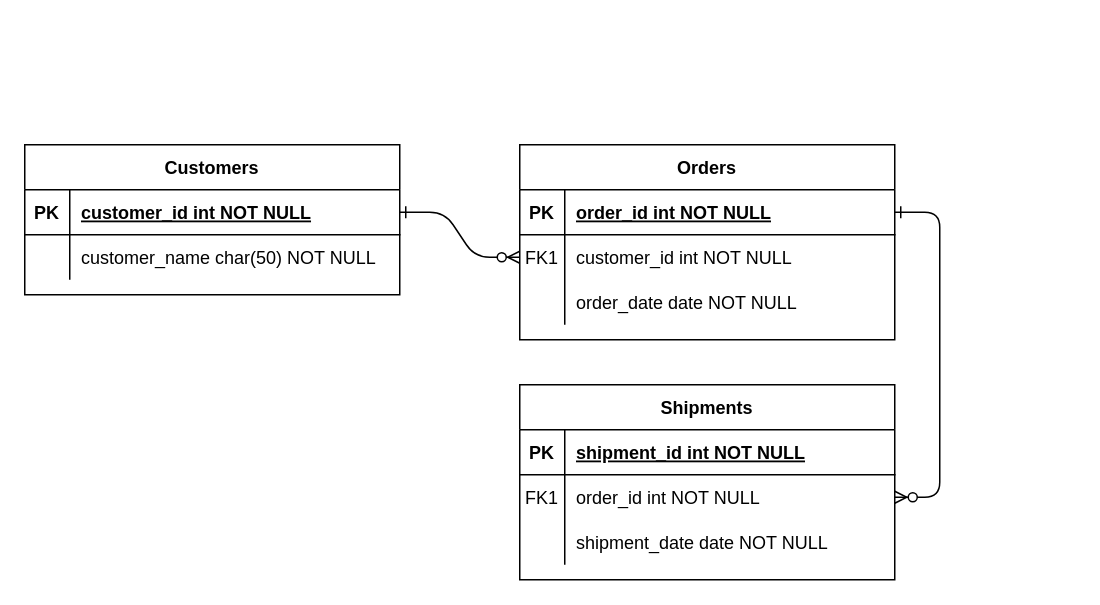
Before: Untitled Diagram.drawio in jhumer-apus/ERD, a draw.io diagram. Source tidied: cells renumbered, new cells numbered last; positions are measured from the earlier drawing's top-left corner, leaving out a move shared by most shapes. Both pictures are drawn from the tidied source at 150%, with x=0, y=0 at pixel (24, 144).
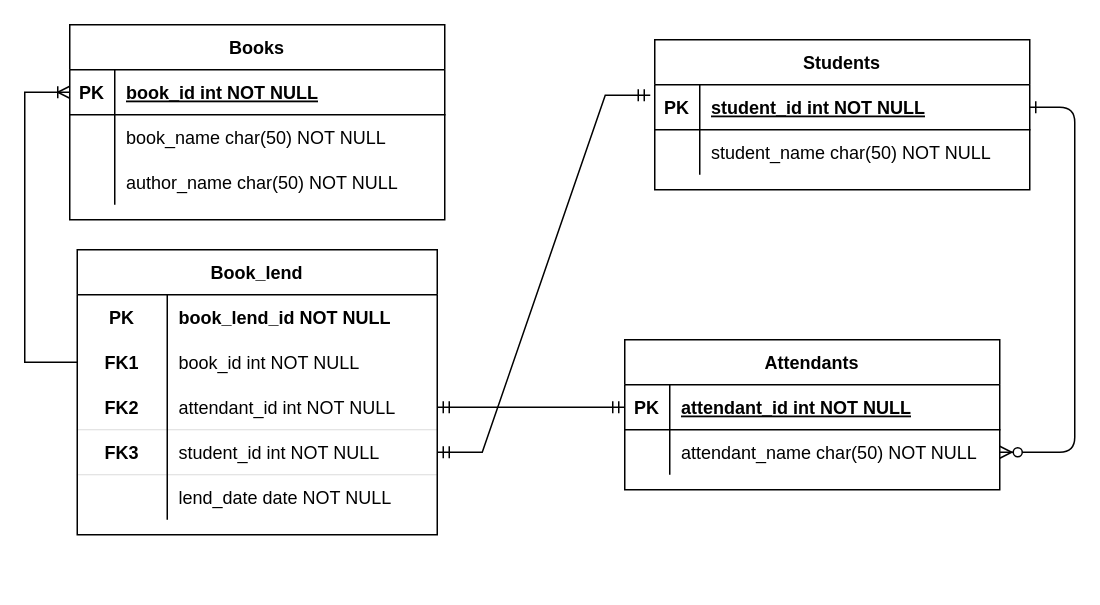
The same page after the edit.

Unchanged cells that the change refers to:
```xml
<mxCell id="5" style="shape=partialRectangle;fillColor=none;points=[[0,0.5],[1,0.5]];portConstraint=eastwest;top=0;left=0;right=0;bottom=1;" parent="4" vertex="1">
  <mxGeometry y="30" width="250" height="30" as="geometry" />
</mxCell>
<mxCell id="15" style="shape=partialRectangle;fillColor=none;points=[[0,0.5],[1,0.5]];portConstraint=eastwest;top=0;left=0;right=0;bottom=1;" parent="14" vertex="1">
  <mxGeometry y="30" width="250" height="30" as="geometry" />
</mxCell>
<mxCell id="18" style="shape=partialRectangle;fillColor=none;points=[[0,0.5],[1,0.5]];portConstraint=eastwest;top=0;left=0;right=0;bottom=0;" parent="14" vertex="1">
  <mxGeometry y="60" width="250" height="30" as="geometry" />
</mxCell>
<mxCell id="25" style="shape=partialRectangle;fillColor=none;points=[[0,0.5],[1,0.5]];portConstraint=eastwest;top=0;left=0;right=0;bottom=1;" parent="24" vertex="1">
  <mxGeometry y="30" width="250" height="30" as="geometry" />
</mxCell>
<mxCell id="28" style="shape=partialRectangle;fillColor=none;top=0;left=0;right=0;bottom=0;" parent="24" vertex="1">
  <mxGeometry y="60" width="250" height="30" as="geometry" />
</mxCell>
```

What changed in the source:
```diff
@@
-    <mxCell id="2" style="edgeStyle=entityRelationEdgeStyle;endArrow=ERzeroToMany;startArrow=ERone;endFill=1;startFill=0;" parent="1" edge="1" source="25" target="8">
-      <mxGeometry relative="1" as="geometry" />
-    </mxCell>
@@
-    <mxCell id="4" value="Orders" style="shape=table;startSize=30;childLayout=tableLayout;rowLines=0;fontStyle=1;align=center;" parent="1" vertex="1">
-      <mxGeometry x="330" width="250" height="130" as="geometry" />
+    <mxCell id="4" value="Students" style="shape=table;startSize=30;childLayout=tableLayout;rowLines=0;fontStyle=1;align=center;" parent="1" vertex="1">
+      <mxGeometry x="420" y="-70" width="250" height="100" as="geometry" />
     </mxCell>
@@
-    <mxCell id="7" value="order_id int NOT NULL " style="shape=partialRectangle;overflow=hidden;fillColor=none;top=0;left=0;bottom=0;right=0;align=left;spacingLeft=6;fontStyle=5;" parent="5" vertex="1">
+    <mxCell id="7" value="student_id int NOT NULL " style="shape=partialRectangle;overflow=hidden;fillColor=none;top=0;left=0;bottom=0;right=0;align=left;spacingLeft=6;fontStyle=5;" parent="5" vertex="1">
       <mxGeometry x="30" width="220" height="30" as="geometry" />
     </mxCell>
-    <mxCell id="8" style="shape=partialRectangle;fillColor=none;points=[[0,0.5],[1,0.5]];portConstraint=eastwest;top=0;left=0;right=0;bottom=0;" parent="4" vertex="1">
-      <mxGeometry y="60" width="250" height="30" as="geometry" />
-    </mxCell>
-    <mxCell id="9" value="FK1" style="shape=partialRectangle;overflow=hidden;fillColor=none;top=0;left=0;bottom=0;right=0;" parent="8" vertex="1">
-      <mxGeometry width="30" height="30" as="geometry" />
-    </mxCell>
-    <mxCell id="10" value="customer_id int NOT NULL" style="shape=partialRectangle;overflow=hidden;fillColor=none;top=0;left=0;bottom=0;right=0;align=left;spacingLeft=6;" parent="8" vertex="1">
-      <mxGeometry x="30" width="220" height="30" as="geometry" />
-    </mxCell>
     <mxCell id="11" style="shape=partialRectangle;fillColor=none;top=0;left=0;right=0;bottom=0;" parent="4" vertex="1">
-      <mxGeometry y="90" width="250" height="30" as="geometry" />
+      <mxGeometry y="60" width="250" height="30" as="geometry" />
     </mxCell>
@@
-    <mxCell id="13" value="order_date date NOT NULL" style="shape=partialRectangle;overflow=hidden;fillColor=none;top=0;left=0;bottom=0;right=0;align=left;spacingLeft=6;" parent="11" vertex="1">
+    <mxCell id="13" value="student_name char(50) NOT NULL" style="shape=partialRectangle;overflow=hidden;fillColor=none;top=0;left=0;bottom=0;right=0;align=left;spacingLeft=6;" parent="11" vertex="1">
       <mxGeometry x="30" width="220" height="30" as="geometry" />
     </mxCell>
-    <mxCell id="14" value="Shipments" style="shape=table;startSize=30;childLayout=tableLayout;rowLines=0;fontStyle=1;align=center;" parent="1" vertex="1">
-      <mxGeometry x="330" y="160" width="250" height="130" as="geometry" />
+    <mxCell id="14" value="Attendants" style="shape=table;startSize=30;childLayout=tableLayout;rowLines=0;fontStyle=1;align=center;" parent="1" vertex="1">
+      <mxGeometry x="400" y="130" width="250" height="100" as="geometry" />
     </mxCell>
@@
-    <mxCell id="17" value="shipment_id int NOT NULL " style="shape=partialRectangle;overflow=hidden;fillColor=none;top=0;left=0;bottom=0;right=0;align=left;spacingLeft=6;fontStyle=5;" parent="15" vertex="1">
+    <mxCell id="17" value="attendant_id int NOT NULL " style="shape=partialRectangle;overflow=hidden;fillColor=none;top=0;left=0;bottom=0;right=0;align=left;spacingLeft=6;fontStyle=5;" parent="15" vertex="1">
       <mxGeometry x="30" width="220" height="30" as="geometry" />
     </mxCell>
@@
-    <mxCell id="19" value="FK1" style="shape=partialRectangle;overflow=hidden;fillColor=none;top=0;left=0;bottom=0;right=0;" parent="18" vertex="1">
+    <mxCell id="19" style="shape=partialRectangle;overflow=hidden;fillColor=none;top=0;left=0;bottom=0;right=0;" parent="18" vertex="1">
       <mxGeometry width="30" height="30" as="geometry" />
     </mxCell>
-    <mxCell id="20" value="order_id int NOT NULL" style="shape=partialRectangle;overflow=hidden;fillColor=none;top=0;left=0;bottom=0;right=0;align=left;spacingLeft=6;" parent="18" vertex="1">
+    <mxCell id="20" value="attendant_name char(50) NOT NULL" style="shape=partialRectangle;overflow=hidden;fillColor=none;top=0;left=0;bottom=0;right=0;align=left;spacingLeft=6;" parent="18" vertex="1">
       <mxGeometry x="30" width="220" height="30" as="geometry" />
     </mxCell>
-    <mxCell id="21" style="shape=partialRectangle;fillColor=none;top=0;left=0;right=0;bottom=0;" parent="14" vertex="1">
-      <mxGeometry y="90" width="250" height="30" as="geometry" />
-    </mxCell>
-    <mxCell id="22" style="shape=partialRectangle;overflow=hidden;fillColor=none;top=0;left=0;bottom=0;right=0;" parent="21" vertex="1">
-      <mxGeometry width="30" height="30" as="geometry" />
-    </mxCell>
-    <mxCell id="23" value="shipment_date date NOT NULL" style="shape=partialRectangle;overflow=hidden;fillColor=none;top=0;left=0;bottom=0;right=0;align=left;spacingLeft=6;" parent="21" vertex="1">
-      <mxGeometry x="30" width="220" height="30" as="geometry" />
-    </mxCell>
-    <mxCell id="24" value="Customers" style="shape=table;startSize=30;childLayout=tableLayout;rowLines=0;fontStyle=1;align=center;" parent="1" vertex="1">
-      <mxGeometry width="250" height="100" as="geometry" />
+    <mxCell id="24" value="Books" style="shape=table;startSize=30;childLayout=tableLayout;rowLines=0;fontStyle=1;align=center;" parent="1" vertex="1">
+      <mxGeometry x="30" y="-80" width="250" height="130" as="geometry" />
     </mxCell>
@@
-    <mxCell id="27" value="customer_id int NOT NULL " style="shape=partialRectangle;overflow=hidden;fillColor=none;top=0;left=0;bottom=0;right=0;align=left;spacingLeft=6;fontStyle=5;" parent="25" vertex="1">
+    <mxCell id="27" value="book_id int NOT NULL " style="shape=partialRectangle;overflow=hidden;fillColor=none;top=0;left=0;bottom=0;right=0;align=left;spacingLeft=6;fontStyle=5;" parent="25" vertex="1">
       <mxGeometry x="30" width="220" height="30" as="geometry" />
     </mxCell>
@@
-    <mxCell id="30" value="customer_name char(50) NOT NULL" style="shape=partialRectangle;overflow=hidden;fillColor=none;top=0;left=0;bottom=0;right=0;align=left;spacingLeft=6;" parent="28" vertex="1">
+    <mxCell id="30" value="book_name char(50) NOT NULL" style="shape=partialRectangle;overflow=hidden;fillColor=none;top=0;left=0;bottom=0;right=0;align=left;spacingLeft=6;" parent="28" vertex="1">
       <mxGeometry x="30" width="220" height="30" as="geometry" />
     </mxCell>
+    <mxCell id="21" style="shape=partialRectangle;fillColor=none;top=0;left=0;right=0;bottom=0;" parent="24" vertex="1">
+      <mxGeometry y="90" width="250" height="30" as="geometry" />
+    </mxCell>
+    <mxCell id="22" style="shape=partialRectangle;overflow=hidden;fillColor=none;top=0;left=0;bottom=0;right=0;" parent="21" vertex="1">
+      <mxGeometry width="30" height="30" as="geometry" />
+    </mxCell>
+    <mxCell id="31" value="author_name char(50) NOT NULL" style="shape=partialRectangle;overflow=hidden;fillColor=none;top=0;left=0;bottom=0;right=0;align=left;spacingLeft=6;" parent="21" vertex="1">
+      <mxGeometry x="30" width="220" height="30" as="geometry" />
+    </mxCell>
+    <mxCell id="32" value="Book_lend" style="shape=table;startSize=30;childLayout=tableLayout;rowLines=0;fontStyle=1;align=center;" parent="1" vertex="1">
+      <mxGeometry x="35" y="70" width="240" height="190" as="geometry" />
+    </mxCell>
+    <mxCell id="33" style="shape=tableRow;horizontal=0;startSize=0;swimlaneHead=0;swimlaneBody=0;fillColor=none;top=0;left=0;right=0;bottom=0;" parent="32" vertex="1">
+      <mxGeometry y="30" width="240" height="30" as="geometry" />
+    </mxCell>
+    <mxCell id="34" value="PK" style="shape=partialRectangle;fillColor=none;top=0;left=0;bottom=0;right=0;overflow=hidden;fontStyle=1;" parent="33" vertex="1">
+      <mxGeometry width="60" height="30" as="geometry" />
+    </mxCell>
+    <mxCell id="35" value="book_lend_id NOT NULL" style="shape=partialRectangle;fillColor=none;top=0;left=0;bottom=0;right=0;align=left;spacingLeft=6;overflow=hidden;fontStyle=1;" parent="33" vertex="1">
+      <mxGeometry x="60" width="180" height="30" as="geometry" />
+    </mxCell>
+    <mxCell id="36" style="shape=tableRow;horizontal=0;startSize=0;swimlaneHead=0;swimlaneBody=0;fillColor=none;points=[[0,0.5],[1,0.5]];portConstraint=eastwest;top=0;left=0;right=0;bottom=0;" parent="32" vertex="1">
+      <mxGeometry y="60" width="240" height="30" as="geometry" />
+    </mxCell>
+    <mxCell id="9" value="FK1" style="shape=partialRectangle;fillColor=none;top=0;left=0;bottom=0;right=0;fontStyle=1;overflow=hidden;" parent="36" vertex="1">
+      <mxGeometry width="60" height="30" as="geometry" />
+    </mxCell>
+    <mxCell id="37" value="book_id int NOT NULL" style="shape=partialRectangle;fillColor=none;top=0;left=0;bottom=0;right=0;align=left;spacingLeft=6;fontStyle=0;overflow=hidden;" parent="36" vertex="1">
+      <mxGeometry x="60" width="180" height="30" as="geometry" />
+    </mxCell>
+    <mxCell id="38" style="shape=tableRow;horizontal=0;startSize=0;swimlaneHead=0;swimlaneBody=0;fillColor=none;points=[[0,0.5],[1,0.5]];portConstraint=eastwest;top=0;left=0;right=0;bottom=1;dashed=1;dashPattern=1 4;strokeWidth=0;" parent="32" vertex="1">
+      <mxGeometry y="90" width="240" height="30" as="geometry" />
+    </mxCell>
+    <mxCell id="39" value="FK2" style="shape=partialRectangle;fillColor=none;top=0;left=0;bottom=0;right=0;fontStyle=1;overflow=hidden;dashed=1;dashPattern=1 4;" parent="38" vertex="1">
+      <mxGeometry width="60" height="30" as="geometry" />
+    </mxCell>
+    <mxCell id="40" value="attendant_id int NOT NULL" style="shape=partialRectangle;fillColor=none;top=0;left=0;bottom=0;right=0;align=left;spacingLeft=6;fontStyle=0;overflow=hidden;" parent="38" vertex="1">
+      <mxGeometry x="60" width="180" height="30" as="geometry" />
+    </mxCell>
+    <mxCell id="41" style="shape=tableRow;horizontal=0;startSize=0;swimlaneHead=0;swimlaneBody=0;fillColor=none;points=[[0,0.5],[1,0.5]];portConstraint=eastwest;top=0;left=0;right=0;bottom=1;strokeWidth=0;" parent="32" vertex="1">
+      <mxGeometry y="120" width="240" height="30" as="geometry" />
+    </mxCell>
+    <mxCell id="42" value="FK3" style="shape=partialRectangle;fillColor=none;top=0;left=0;bottom=0;right=0;fontStyle=1;overflow=hidden;" parent="41" vertex="1">
+      <mxGeometry width="60" height="30" as="geometry" />
+    </mxCell>
+    <mxCell id="43" value="student_id int NOT NULL" style="shape=partialRectangle;fillColor=none;top=0;left=0;bottom=0;right=0;align=left;spacingLeft=6;fontStyle=0;overflow=hidden;" parent="41" vertex="1">
+      <mxGeometry x="60" width="180" height="30" as="geometry" />
+    </mxCell>
+    <mxCell id="44" style="shape=tableRow;horizontal=0;startSize=0;swimlaneHead=0;swimlaneBody=0;fillColor=none;top=0;left=0;right=0;bottom=0;" parent="32" vertex="1">
+      <mxGeometry y="150" width="240" height="30" as="geometry" />
+    </mxCell>
+    <mxCell id="45" style="shape=partialRectangle;fillColor=none;top=0;left=0;bottom=0;right=0;overflow=hidden;" parent="44" vertex="1">
+      <mxGeometry width="60" height="30" as="geometry" />
+    </mxCell>
+    <mxCell id="46" value="lend_date date NOT NULL" style="shape=partialRectangle;fillColor=none;top=0;left=0;bottom=0;right=0;align=left;spacingLeft=6;overflow=hidden;" parent="44" vertex="1">
+      <mxGeometry x="60" width="180" height="30" as="geometry" />
+    </mxCell>
+    <mxCell id="47" style="edgeStyle=entityRelationEdgeStyle;fontSize=12;html=1;endArrow=ERmandOne;startArrow=ERmandOne;rounded=0;entryX=-0.012;entryY=0.233;entryDx=0;entryDy=0;entryPerimeter=0;" parent="1" edge="1" source="41" target="5">
+      <mxGeometry relative="1" as="geometry" />
+    </mxCell>
+    <mxCell id="48" style="edgeStyle=entityRelationEdgeStyle;fontSize=12;html=1;endArrow=ERmandOne;startArrow=ERmandOne;rounded=0;entryX=0;entryY=0.5;entryDx=0;entryDy=0;exitX=1;exitY=0.5;exitDx=0;exitDy=0;" parent="1" edge="1" source="38" target="15">
+      <mxGeometry relative="1" as="geometry" />
+    </mxCell>
+    <mxCell id="49" style="edgeStyle=orthogonalEdgeStyle;fontSize=12;html=1;endArrow=ERoneToMany;rounded=0;entryX=0;entryY=0.5;entryDx=0;entryDy=0;exitX=0;exitY=0.5;exitDx=0;exitDy=0;" parent="1" edge="1" source="36" target="25">
+      <mxGeometry relative="1" as="geometry">
+        <Array as="points">
+          <mxPoint y="145" />
+          <mxPoint y="-35" />
+        </Array>
+      </mxGeometry>
+    </mxCell>
```
